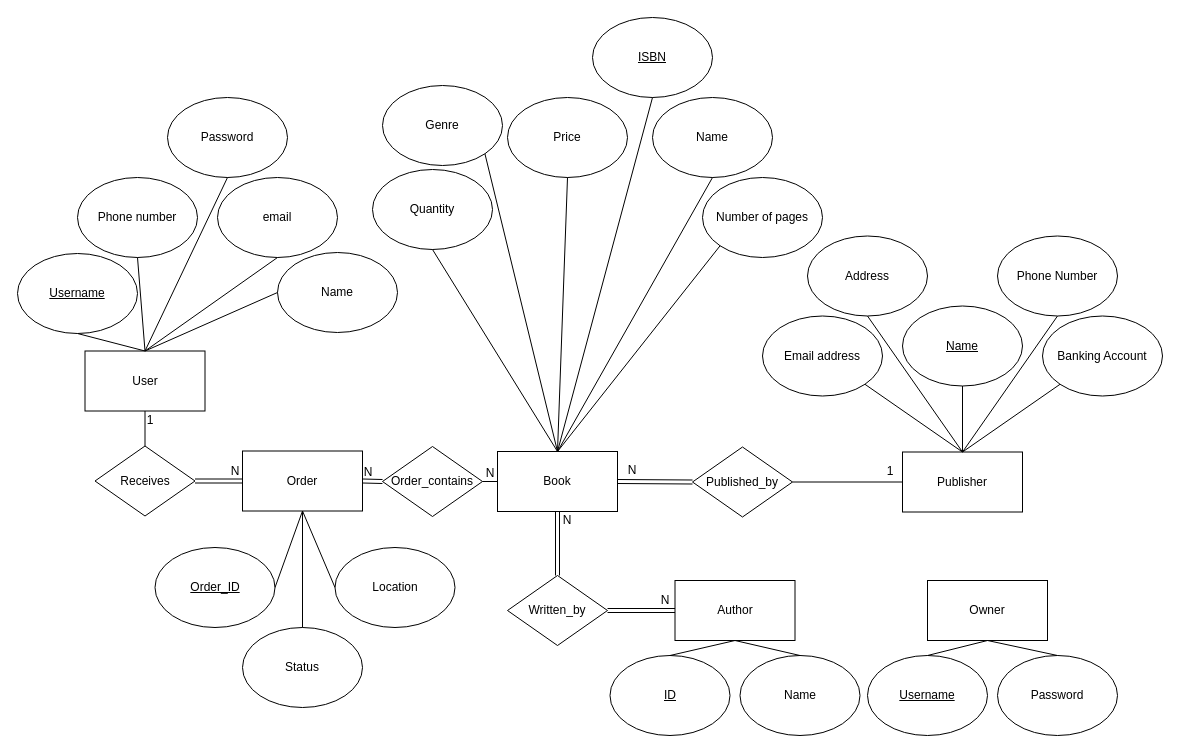
Dylanhism/BookStore keeps this draw.io diagram as BookStoreER.drawio. Above is the earlier version. Source tidied: cells renumbered, new cells numbered last; positions are measured from the earlier drawing's top-left corner, leaving out a move shared by most shapes. Both pictures are drawn from the tidied source at 100%, with x=0, y=0 at pixel (17, 17).
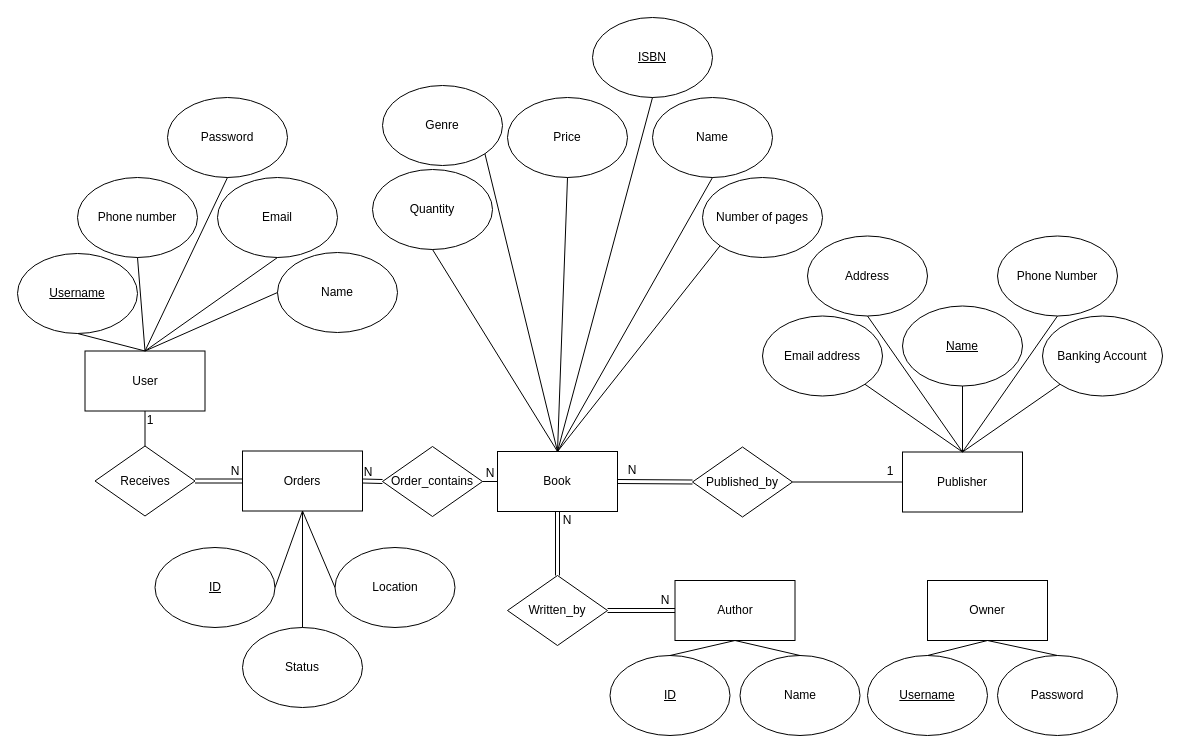
Above is the later version.

Commit message:
Update names slightly in BookStoreER.drawio

Diff of the diagram source:
```diff
@@
-    <mxCell id="53" value="email" style="ellipse;whiteSpace=wrap;html=1;rotation=0;" parent="1" vertex="1">
+    <mxCell id="53" value="Email" style="ellipse;whiteSpace=wrap;html=1;rotation=0;" parent="1" vertex="1">
       <mxGeometry x="200" y="160" width="120" height="80" as="geometry" />
     </mxCell>
@@
-    <mxCell id="57" value="Order" style="rounded=0;whiteSpace=wrap;html=1;rotation=0;" parent="1" vertex="1">
+    <mxCell id="57" value="Orders" style="rounded=0;whiteSpace=wrap;html=1;rotation=0;" parent="1" vertex="1">
       <mxGeometry x="225" y="433.5" width="120" height="60" as="geometry" />
     </mxCell>
-    <mxCell id="58" value="&lt;u&gt;Order_ID&lt;/u&gt;" style="ellipse;whiteSpace=wrap;html=1;rotation=0;" parent="1" vertex="1">
+    <mxCell id="58" value="&lt;u&gt;ID&lt;/u&gt;" style="ellipse;whiteSpace=wrap;html=1;rotation=0;" parent="1" vertex="1">
       <mxGeometry x="137.5" y="530" width="120" height="80" as="geometry" />
     </mxCell>
```
